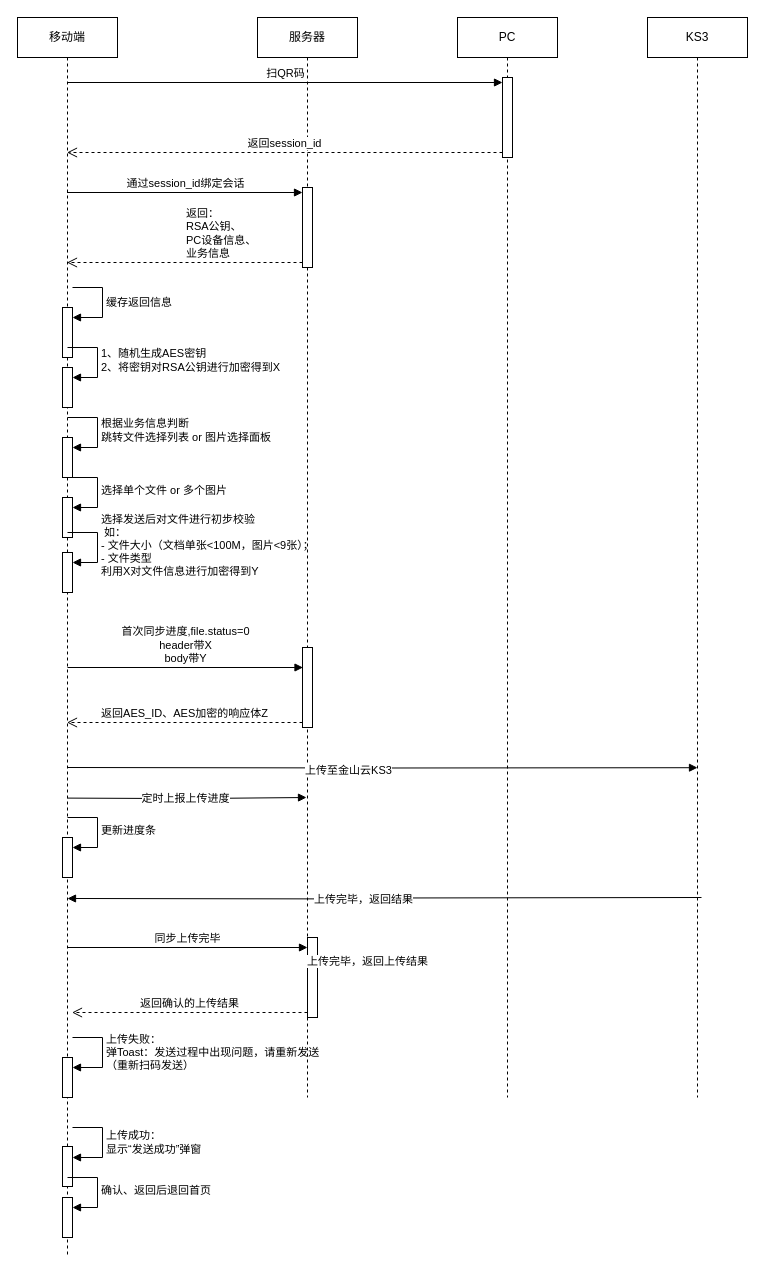
Before: 移动扫码上传文档给PC.drawio in welthy/WXInspireLibrary, a draw.io diagram. Source tidied: cells renumbered, new cells numbered last; positions are measured from the earlier drawing's top-left corner, leaving out a move shared by most shapes. Both pictures are drawn from the tidied source at 100%, with x=0, y=0 at pixel (17, 17).
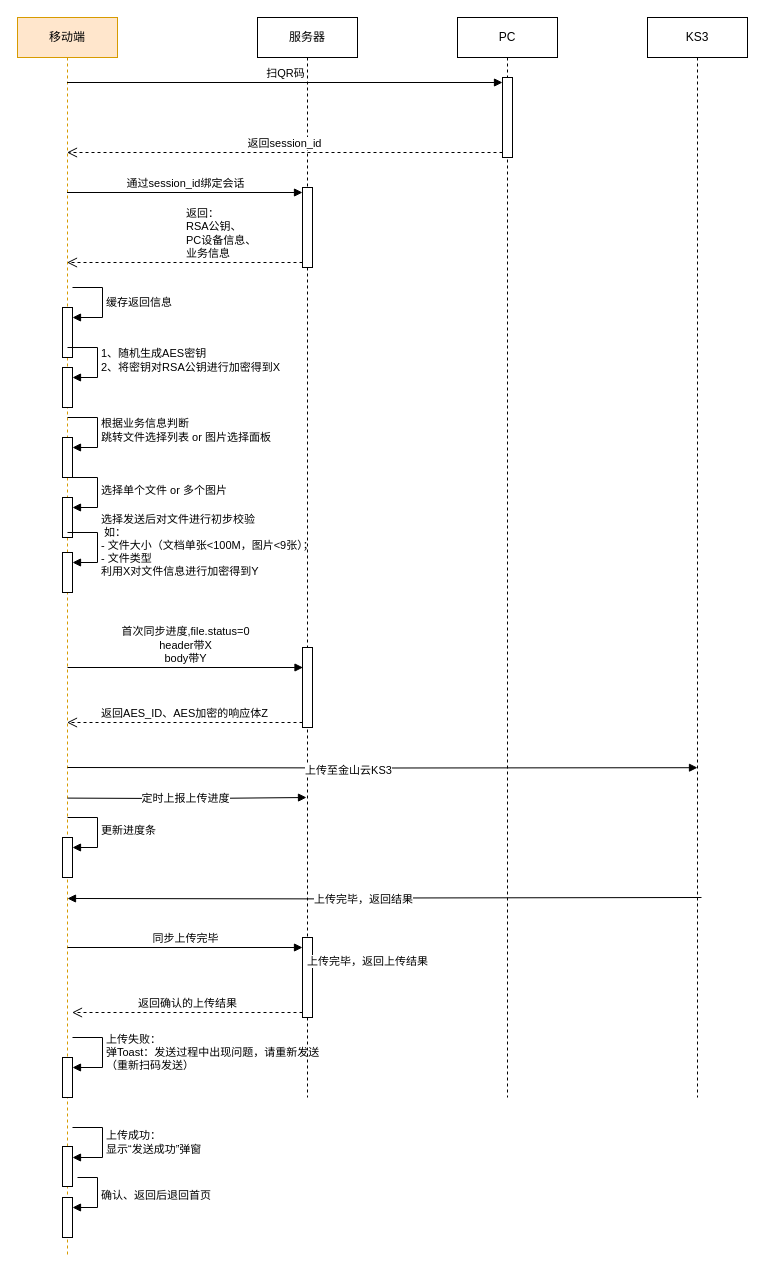
The same page after the edit.

Commit message:
更新移动扫码上传文档给PC.drawio

The change refers to these unchanged cells:
```xml
<mxCell id="19" style="html=1;points=[[0,0,0,0,5],[0,1,0,0,-5],[1,0,0,0,5],[1,1,0,0,-5]];perimeter=orthogonalPerimeter;outlineConnect=0;targetShapes=umlLifeline;portConstraint=eastwest;newEdgeStyle={&quot;curved&quot;:0,&quot;rounded&quot;:0};" parent="2" vertex="1">
  <mxGeometry x="45" y="1180" width="10" height="40" as="geometry" />
</mxCell>
<mxCell id="21" value="服务器" style="shape=umlLifeline;perimeter=lifelinePerimeter;whiteSpace=wrap;html=1;newEdgeStyle={&quot;curved&quot;:0,&quot;rounded&quot;:0};" parent="1" vertex="1">
  <mxGeometry x="240" width="100" height="1080" as="geometry" />
</mxCell>
```

Diff of the diagram source:
```diff
@@
-    <mxCell id="2" value="移动端" style="shape=umlLifeline;perimeter=lifelinePerimeter;whiteSpace=wrap;html=1;outlineConnect=0;portConstraint=eastwest;newEdgeStyle={&quot;curved&quot;:0,&quot;rounded&quot;:0};" parent="1" vertex="1">
+    <mxCell id="2" value="移动端" style="shape=umlLifeline;perimeter=lifelinePerimeter;whiteSpace=wrap;html=1;outlineConnect=0;portConstraint=eastwest;newEdgeStyle={&quot;curved&quot;:0,&quot;rounded&quot;:0};fillColor=#ffe6cc;strokeColor=#d79b00;" parent="1" vertex="1">
       <mxGeometry width="100" height="1240" as="geometry" />
     </mxCell>
@@
     <mxCell id="20" value="确认、返回后退回首页" style="html=1;align=left;spacingLeft=2;endArrow=block;rounded=0;edgeStyle=orthogonalEdgeStyle;curved=0;rounded=0;" parent="2" edge="1" target="19">
       <mxGeometry relative="1" as="geometry">
-        <mxPoint x="50" y="1160" as="sourcePoint" />
+        <mxPoint x="60" y="1160" as="sourcePoint" />
         <Array as="points">
+          <mxPoint x="80" y="1160" />
           <mxPoint x="80" y="1190" />
         </Array>
       </mxGeometry>
     </mxCell>
@@
     <mxCell id="30" style="html=1;points=[[0,0,0,0,5],[0,1,0,0,-5],[1,0,0,0,5],[1,1,0,0,-5]];perimeter=orthogonalPerimeter;outlineConnect=0;targetShapes=umlLifeline;portConstraint=eastwest;newEdgeStyle={&quot;curved&quot;:0,&quot;rounded&quot;:0};" parent="21" vertex="1">
-      <mxGeometry x="50" y="920" width="10" height="80" as="geometry" />
+      <mxGeometry x="45" y="920" width="10" height="80" as="geometry" />
     </mxCell>
```
